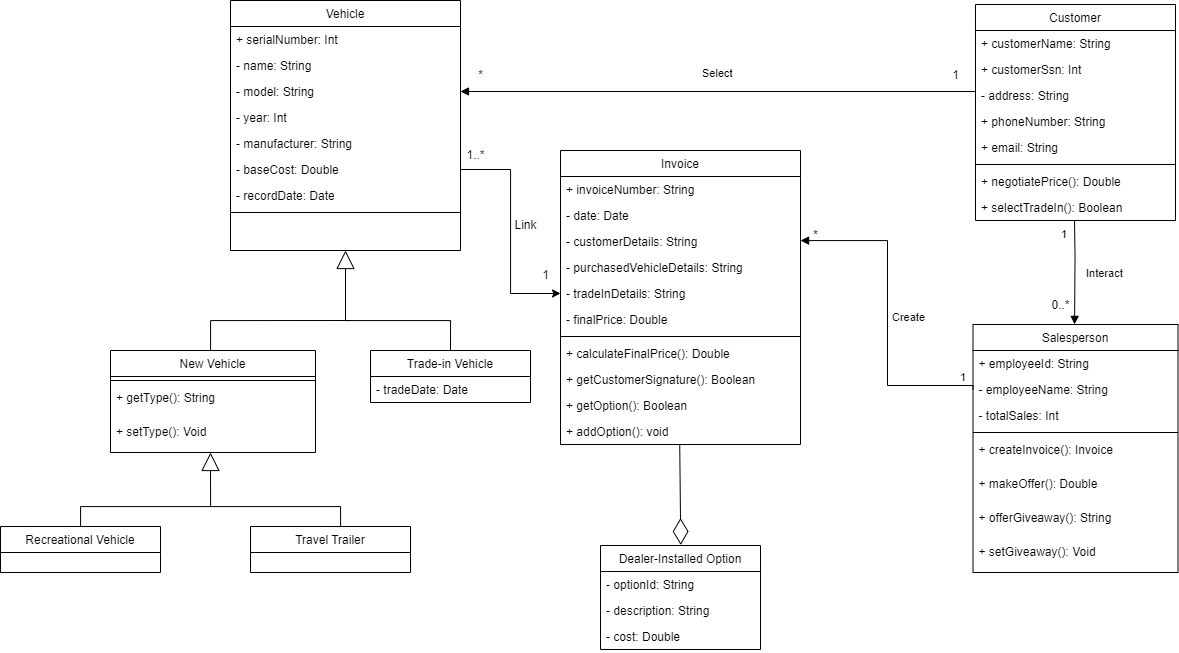
Earlier version of the draw.io export holiday_travel_vehicles.drawio.png (LarryChenCode/IS7020_diagrams). Source tidied: cells renumbered, new cells last; positions are measured from the earlier drawing's top-left corner, leaving out a move shared by most shapes.
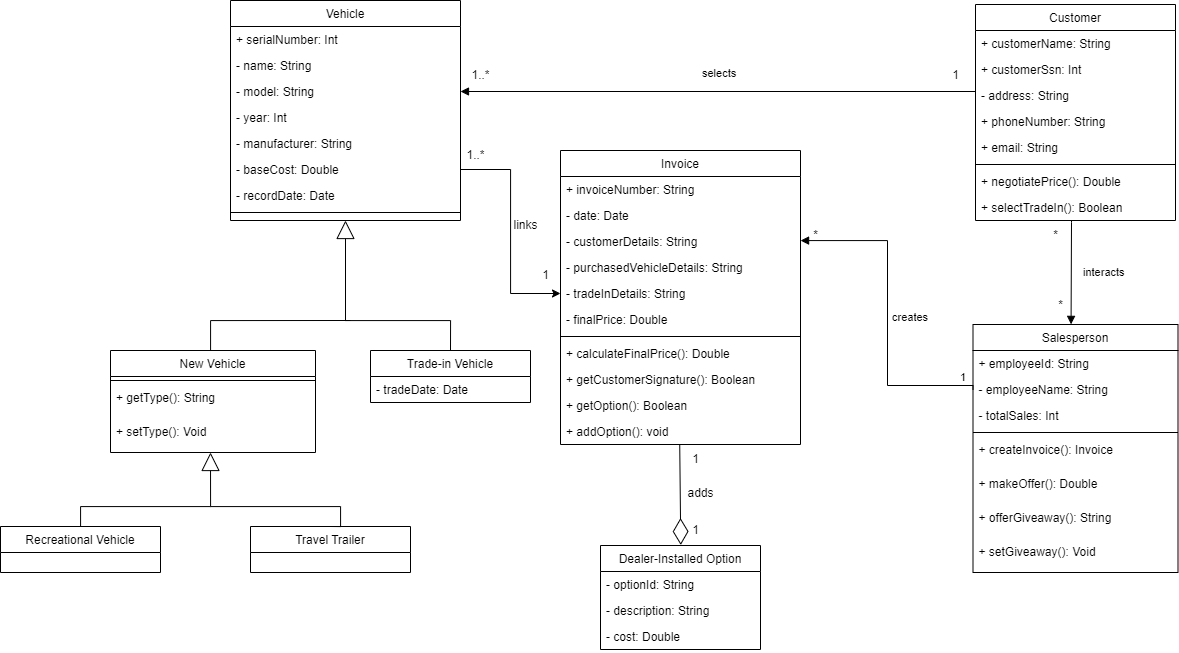
Above is the later version.

Diff of the diagram source:
```diff
@@ -3,7 +3,7 @@
     <mxCell id="0" />
     <mxCell id="1" parent="0" />
     <mxCell id="2" value="Vehicle" style="swimlane;fontStyle=0;align=center;verticalAlign=top;horizontal=1;startSize=26;rounded=0;shadow=0;strokeWidth=1;" parent="1" vertex="1">
-      <mxGeometry x="230" width="230" height="250" as="geometry" />
+      <mxGeometry x="230" width="230" height="220" as="geometry" />
     </mxCell>
     <mxCell id="3" value="+ serialNumber: Int" style="text;align=left;verticalAlign=top;spacingLeft=4;spacingRight=4;overflow=hidden;" parent="2" vertex="1">
       <mxGeometry y="26" width="230" height="26" as="geometry" />
@@ -131,20 +131,18 @@
     <mxCell id="44" value="- cost: Double" style="text;align=left;verticalAlign=top;spacingLeft=4;spacingRight=4;overflow=hidden;" parent="41" vertex="1">
       <mxGeometry y="78" width="160" height="26" as="geometry" />
     </mxCell>
-    <mxCell id="45" value="Interact" style="endArrow=block;endFill=1;html=1;edgeStyle=orthogonalEdgeStyle;align=left;verticalAlign=top;rounded=0;entryX=0.852;entryY=1.129;entryDx=0;entryDy=0;entryPerimeter=0;" parent="1" edge="1" target="47">
-      <mxGeometry x="-0.24" y="10" relative="1" as="geometry">
-        <mxPoint x="1074" y="220" as="sourcePoint" />
+    <mxCell id="45" value="interacts" style="endArrow=block;endFill=1;html=1;edgeStyle=orthogonalEdgeStyle;align=left;verticalAlign=top;rounded=0;entryX=0.852;entryY=1.129;entryDx=0;entryDy=0;entryPerimeter=0;" parent="1" edge="1" target="47">
+      <mxGeometry x="-0.25" y="10" relative="1" as="geometry">
+        <mxPoint x="1071" y="220" as="sourcePoint" />
+        <Array as="points">
+          <mxPoint x="1071" y="222" />
+        </Array>
       </mxGeometry>
     </mxCell>
-    <mxCell id="46" value="1" style="edgeLabel;html=1;align=left;verticalAlign=bottom;" parent="45" vertex="1">
-      <mxGeometry x="-1" relative="1" as="geometry">
-        <mxPoint x="-15" y="21" as="offset" />
-      </mxGeometry>
-    </mxCell>
-    <mxCell id="47" value="0..*" style="text;html=1;align=center;verticalAlign=middle;points=[];strokeColor=none;fillColor=none;" parent="1" vertex="1">
-      <mxGeometry x="1040" y="290" width="40" height="30" as="geometry" />
+    <mxCell id="47" value="*" style="text;html=1;align=center;verticalAlign=middle;points=[];strokeColor=none;fillColor=none;" parent="1" vertex="1">
+      <mxGeometry x="1045" y="290" width="30" height="30" as="geometry" />
     </mxCell>
-    <mxCell id="48" value="Create" style="endArrow=block;endFill=1;html=1;edgeStyle=orthogonalEdgeStyle;align=left;verticalAlign=top;rounded=0;exitX=0;exitY=0.5;exitDx=0;exitDy=0;entryX=1;entryY=0.5;entryDx=0;entryDy=0;" parent="1" edge="1" source="13" target="23">
+    <mxCell id="48" value="creates" style="endArrow=block;endFill=1;html=1;edgeStyle=orthogonalEdgeStyle;align=left;verticalAlign=top;rounded=0;exitX=0;exitY=0.5;exitDx=0;exitDy=0;entryX=1;entryY=0.5;entryDx=0;entryDy=0;" parent="1" edge="1" source="13" target="23">
       <mxGeometry x="0.06" y="-3" relative="1" as="geometry">
         <Array as="points">
           <mxPoint x="887" y="385" />
@@ -184,7 +182,7 @@
         </Array>
       </mxGeometry>
     </mxCell>
-    <mxCell id="55" value="Select" style="endArrow=block;endFill=1;html=1;edgeStyle=orthogonalEdgeStyle;align=left;verticalAlign=top;rounded=0;entryX=1;entryY=0.5;entryDx=0;entryDy=0;" parent="1" edge="1" target="5">
+    <mxCell id="55" value="selects" style="endArrow=block;endFill=1;html=1;edgeStyle=orthogonalEdgeStyle;align=left;verticalAlign=top;rounded=0;entryX=1;entryY=0.5;entryDx=0;entryDy=0;" parent="1" edge="1" target="5">
       <mxGeometry x="0.07" y="-31" relative="1" as="geometry">
         <mxPoint x="975" y="91" as="sourcePoint" />
         <Array as="points">
@@ -195,13 +193,13 @@
     <mxCell id="56" style="edgeStyle=orthogonalEdgeStyle;rounded=0;jettySize=auto;html=1;exitX=1;exitY=0.5;exitDx=0;exitDy=0;entryX=0;entryY=0.5;entryDx=0;entryDy=0;" parent="1" edge="1" source="8" target="25">
       <mxGeometry relative="1" as="geometry" />
     </mxCell>
-    <mxCell id="57" value="*" style="text;html=1;align=center;verticalAlign=middle;strokeColor=none;fillColor=none;" parent="1" vertex="1">
-      <mxGeometry x="465" y="60" width="30" height="30" as="geometry" />
+    <mxCell id="57" value="1..*" style="text;html=1;align=center;verticalAlign=middle;strokeColor=none;fillColor=none;" parent="1" vertex="1">
+      <mxGeometry x="460" y="60" width="40" height="30" as="geometry" />
     </mxCell>
     <mxCell id="58" value="1" style="text;html=1;align=center;verticalAlign=middle;strokeColor=none;fillColor=none;" parent="1" vertex="1">
       <mxGeometry x="940" y="60" width="30" height="30" as="geometry" />
     </mxCell>
-    <mxCell id="59" value="Link" style="text;html=1;align=center;verticalAlign=middle;strokeColor=none;fillColor=none;" parent="1" vertex="1">
+    <mxCell id="59" value="links" style="text;html=1;align=center;verticalAlign=middle;strokeColor=none;fillColor=none;" parent="1" vertex="1">
       <mxGeometry x="500" y="210" width="50" height="30" as="geometry" />
     </mxCell>
     <mxCell id="60" value="1..*" style="text;html=1;align=center;verticalAlign=middle;strokeColor=none;fillColor=none;" parent="1" vertex="1">
@@ -252,5 +250,17 @@
         <mxPoint x="680.3" y="544.5" as="targetPoint" />
       </mxGeometry>
     </mxCell>
+    <mxCell id="71" value="*" style="text;html=1;align=center;verticalAlign=middle;strokeColor=none;fillColor=none;" parent="1" vertex="1">
+      <mxGeometry x="1040" y="220" width="30" height="30" as="geometry" />
+    </mxCell>
+    <mxCell id="72" value="1" style="text;html=1;align=center;verticalAlign=middle;strokeColor=none;fillColor=none;" parent="1" vertex="1">
+      <mxGeometry x="680" y="444" width="30" height="30" as="geometry" />
+    </mxCell>
+    <mxCell id="73" value="1" style="text;html=1;align=center;verticalAlign=middle;strokeColor=none;fillColor=none;" parent="1" vertex="1">
+      <mxGeometry x="680" y="515" width="30" height="30" as="geometry" />
+    </mxCell>
+    <mxCell id="74" value="adds" style="text;html=1;align=center;verticalAlign=middle;strokeColor=none;fillColor=none;" parent="1" vertex="1">
+      <mxGeometry x="675" y="478" width="50" height="30" as="geometry" />
+    </mxCell>
   </root>
 </mxGraphModel>
```
